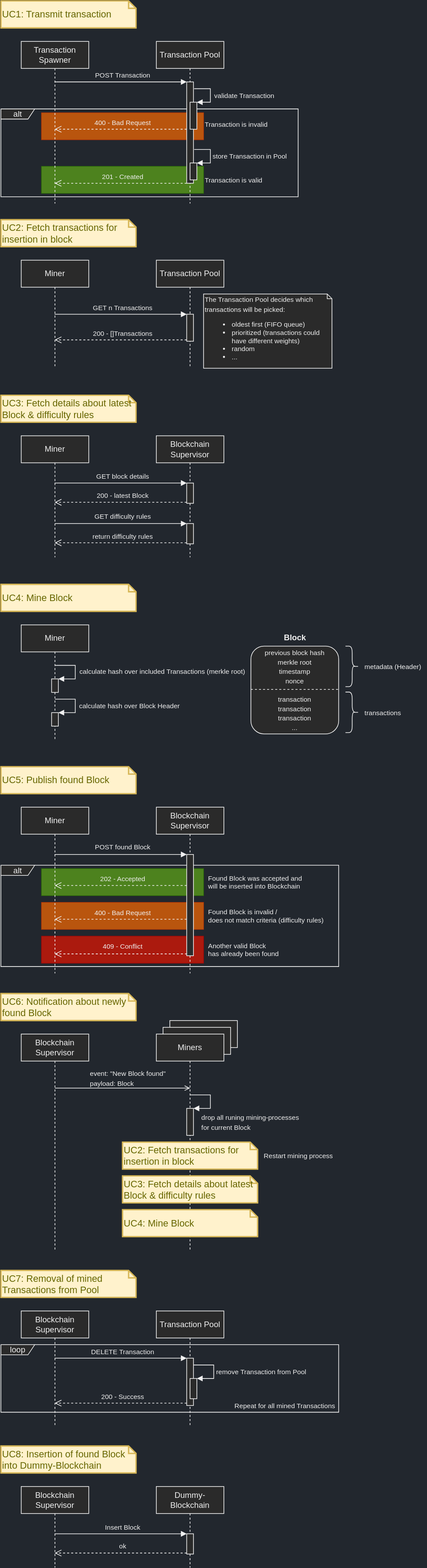
Before: architecture/views/runtime-view.svg, a diagram exported from draw.io (philohsophy/blockchain-demo). Source tidied: cells renumbered, new cells last; positions are measured from the earlier drawing's top-left corner, leaving out a move shared by most shapes.
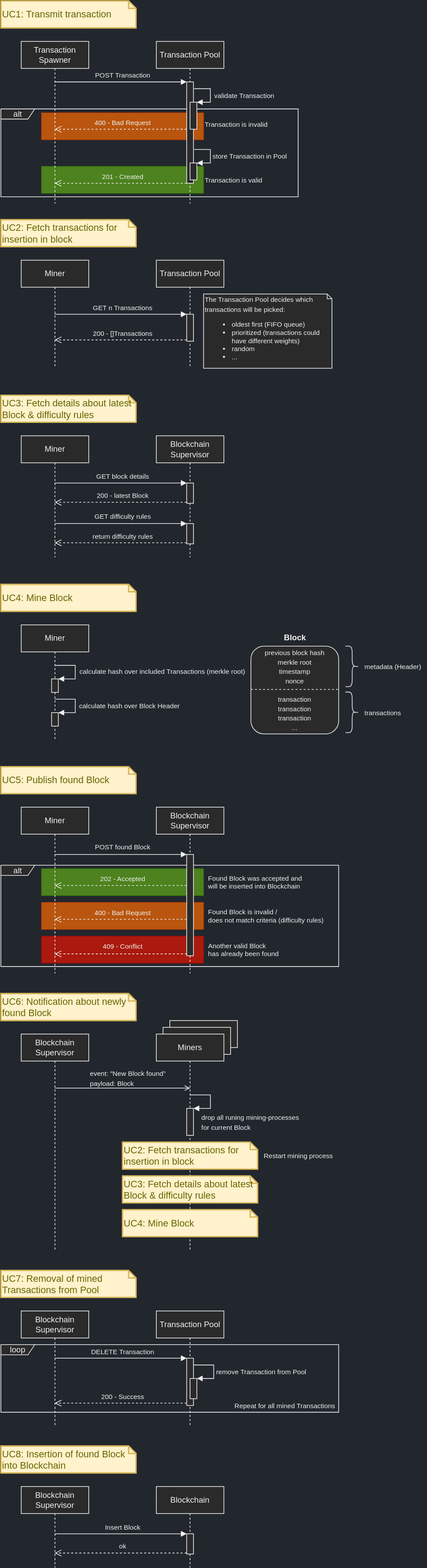
After the change.

Change to the diagram source:
```diff
@@ -318,13 +318,13 @@
     <mxCell id="86" value="&lt;font style=&quot;font-size: 10px&quot;&gt;Repeat for all mined Transactions&lt;/font&gt;" style="text;html=1;align=center;verticalAlign=middle;strokeColor=none;" parent="1" vertex="1">
       <mxGeometry x="340" y="2070" width="160" height="20" as="geometry" />
     </mxCell>
-    <mxCell id="87" value="UC8: Insertion of found Block into Dummy-Blockchain" style="shape=note;strokeWidth=2;fontSize=14;size=11;whiteSpace=wrap;html=1;fillColor=#fff2cc;strokeColor=#d6b656;fontColor=#666600;align=left;" parent="1" vertex="1">
+    <mxCell id="87" value="UC8: Insertion of found Block into Blockchain" style="shape=note;strokeWidth=2;fontSize=14;size=11;whiteSpace=wrap;html=1;fillColor=#fff2cc;strokeColor=#d6b656;fontColor=#666600;align=left;" parent="1" vertex="1">
       <mxGeometry y="2140" width="200" height="40" as="geometry" />
     </mxCell>
     <mxCell id="88" value="Blockchain Supervisor" style="shape=umlLifeline;perimeter=lifelinePerimeter;whiteSpace=wrap;html=1;outlineConnect=0;" parent="1" vertex="1">
       <mxGeometry x="30" y="2200" width="100" height="120" as="geometry" />
     </mxCell>
-    <mxCell id="89" value="Dummy-Blockchain" style="shape=umlLifeline;perimeter=lifelinePerimeter;whiteSpace=wrap;html=1;" parent="1" vertex="1">
+    <mxCell id="89" value="Blockchain" style="shape=umlLifeline;perimeter=lifelinePerimeter;whiteSpace=wrap;html=1;" parent="1" vertex="1">
       <mxGeometry x="230" y="2200" width="100" height="120" as="geometry" />
     </mxCell>
     <mxCell id="90" style="html=1;points=[];perimeter=orthogonalPerimeter;" parent="89" vertex="1">
```
